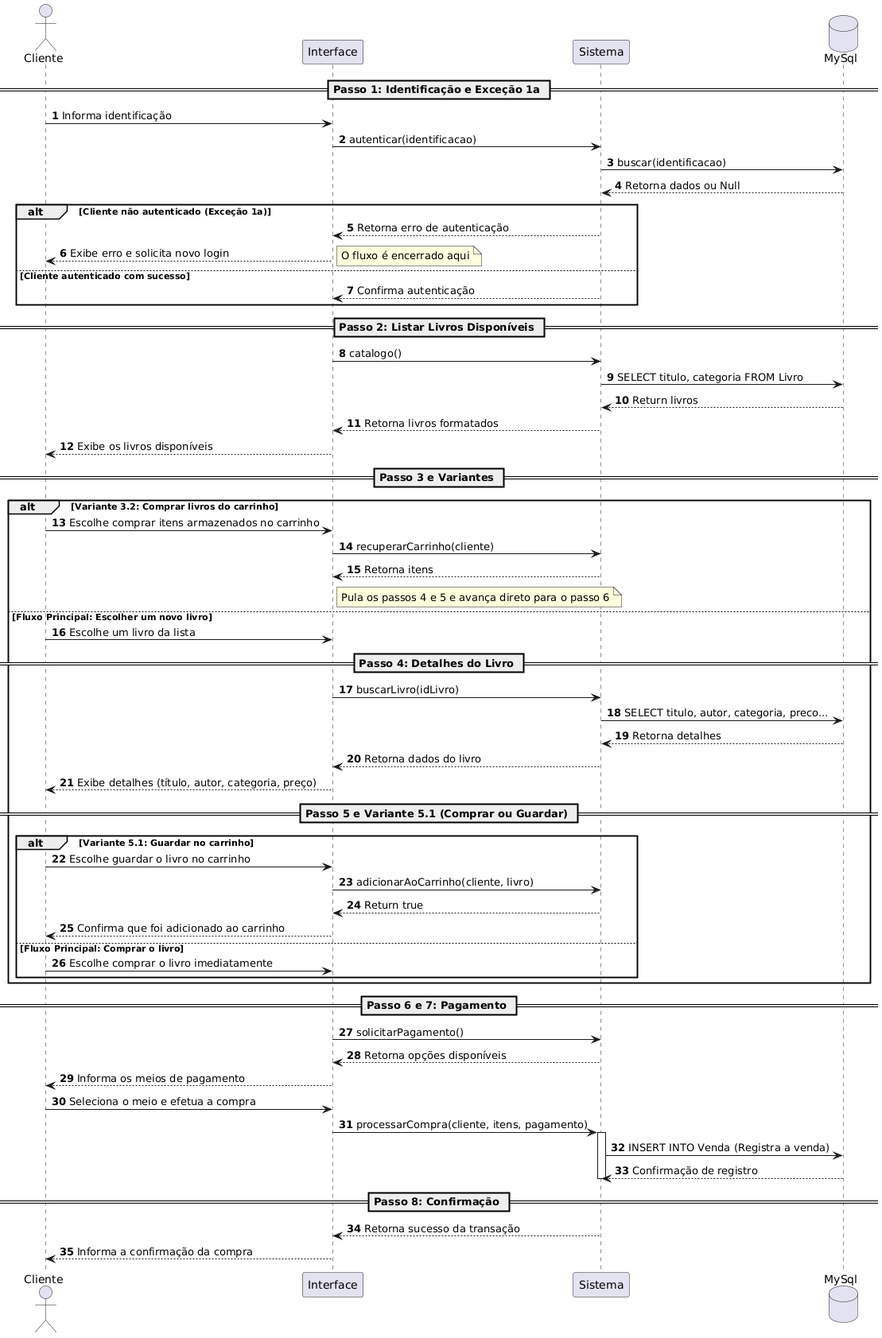
Earlier version of the PlantUML export Documentação/Diagramas/Diagramas de Sequencia/UC1.png (Gnunes27/Projeto-DSC).
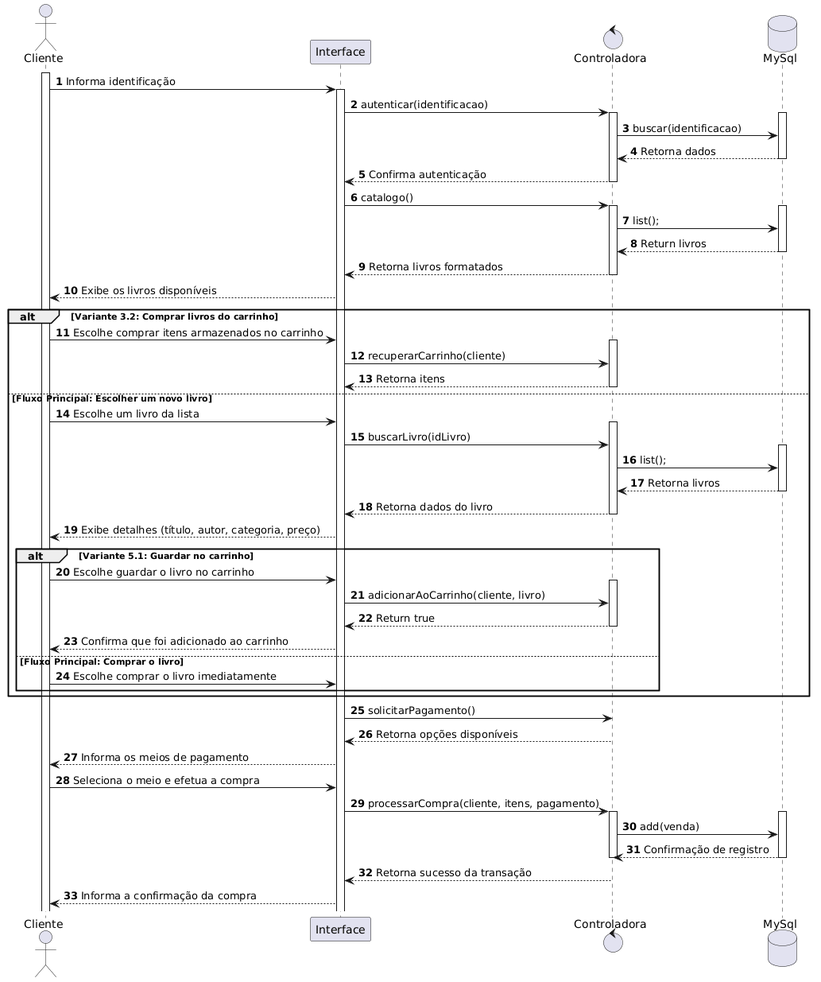
Later version of the same file.

Diff of the diagram source:
```diff
@@ -3,71 +3,82 @@
 
 actor "Cliente" as Cliente
 participant "Interface" as Tela
-participant "Sistema" as Sis
+control "Controladora" as Sis
 database "MySql" as BD
 
-== Passo 1: Identificação e Exceção 1a ==
+activate Cliente
 Cliente -> Tela: Informa identificação
+activate Tela
 Tela -> Sis: autenticar(identificacao)
+activate Sis
+activate BD
 Sis -> BD: buscar(identificacao)
-BD --> Sis: Retorna dados ou Null
+BD --> Sis: Retorna dados
+deactivate BD
+Sis --> Tela: Confirma autenticação
+deactivate Sis
 
-alt Cliente não autenticado (Exceção 1a)
-    Sis --> Tela: Retorna erro de autenticação
-    Tela --> Cliente: Exibe erro e solicita novo login
-    note right: O fluxo é encerrado aqui
-else Cliente autenticado com sucesso
-    Sis --> Tela: Confirma autenticação
-end
+Tela -> Sis: catalogo()
+activate Sis
+activate BD
+Sis -> BD: list();
+BD --> Sis: Return livros
+deactivate BD
+Sis --> Tela: Retorna livros formatados
 
-== Passo 2: Listar Livros Disponíveis ==
-Tela -> Sis: catalogo()
-Sis -> BD: SELECT titulo, categoria FROM Livro
-BD --> Sis: Return livros
-Sis --> Tela: Retorna livros formatados
+deactivate Sis
 Tela --> Cliente: Exibe os livros disponíveis
 
-== Passo 3 e Variantes ==
 alt Variante 3.2: Comprar livros do carrinho
     Cliente -> Tela: Escolhe comprar itens armazenados no carrinho
+    activate Sis
     Tela -> Sis: recuperarCarrinho(cliente)
     Sis --> Tela: Retorna itens
-    note right of Tela: Pula os passos 4 e 5 e avança direto para o passo 6
+    deactivate Sis
+
 
 else Fluxo Principal: Escolher um novo livro
     Cliente -> Tela: Escolhe um livro da lista
 
-    == Passo 4: Detalhes do Livro ==
+    activate Sis
     Tela -> Sis: buscarLivro(idLivro)
-    Sis -> BD: SELECT titulo, autor, categoria, preco...
-    BD --> Sis: Retorna detalhes
+    activate BD
+    Sis -> BD: list();
+    BD --> Sis: Retorna livros
+    deactivate BD
     Sis --> Tela: Retorna dados do livro
+    deactivate Sis
     Tela --> Cliente: Exibe detalhes (título, autor, categoria, preço)
 
-    == Passo 5 e Variante 5.1 (Comprar ou Guardar) ==
+
     alt Variante 5.1: Guardar no carrinho
         Cliente -> Tela: Escolhe guardar o livro no carrinho
+        activate Sis
         Tela -> Sis: adicionarAoCarrinho(cliente, livro)
         Sis --> Tela: Return true
+        deactivate Sis
         Tela --> Cliente: Confirma que foi adicionado ao carrinho
     else Fluxo Principal: Comprar o livro
         Cliente -> Tela: Escolhe comprar o livro imediatamente
     end
 end
 
-== Passo 6 e 7: Pagamento ==
+activate Sis
 Tela -> Sis: solicitarPagamento()
 Sis --> Tela: Retorna opções disponíveis
+deactivate Sis
 Tela --> Cliente: Informa os meios de pagamento
 
 Cliente -> Tela: Seleciona o meio e efetua a compra
 Tela -> Sis: processarCompra(cliente, itens, pagamento)
 activate Sis
-Sis -> BD: INSERT INTO Venda (Registra a venda)
+activate BD
+Sis -> BD: add(venda)
 BD --> Sis: Confirmação de registro
+deactivate BD
 deactivate Sis
 
-== Passo 8: Confirmação ==
+
 Sis --> Tela: Retorna sucesso da transação
 Tela --> Cliente: Informa a confirmação da compra
 @enduml
```
